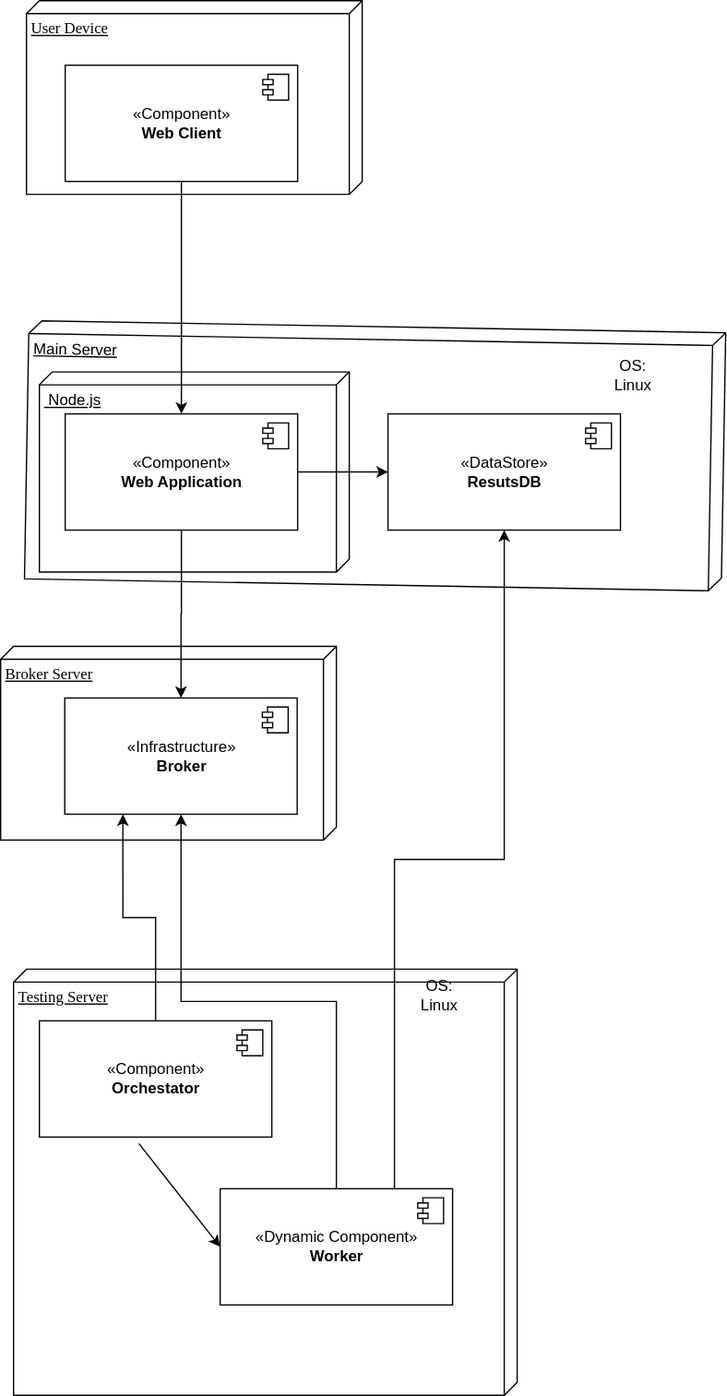
Before: src/common/images/Architecture/Diagrama de Despliege.svg, a diagram exported from draw.io (jssosa10/miso4208). Source tidied: cells renumbered, new cells last; positions are measured from the earlier drawing's top-left corner, leaving out a move shared by most shapes.
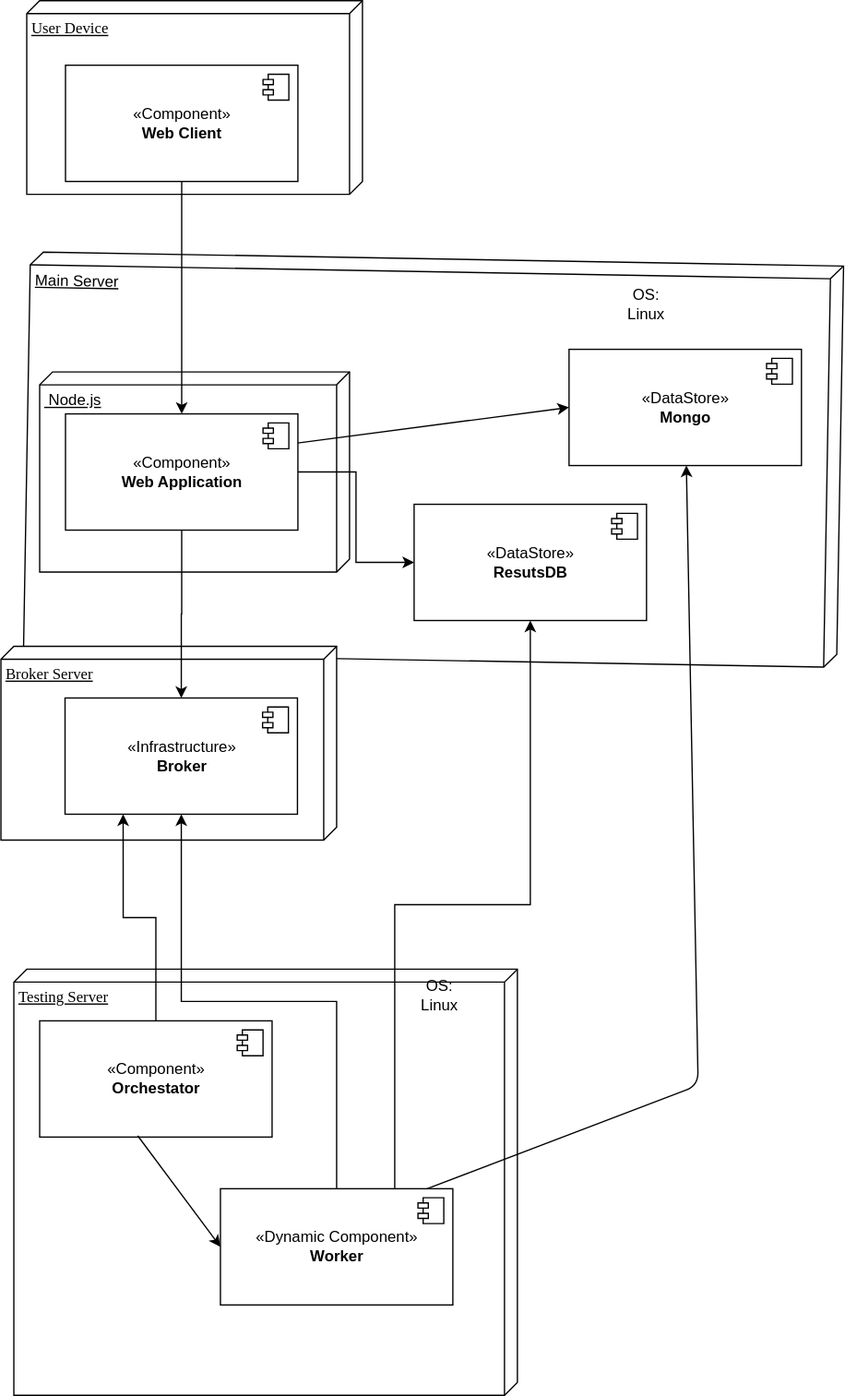
After the change.

The edit, as a diff of the source:
```diff
@@ -3,7 +3,7 @@
     <mxCell id="0" />
     <mxCell id="1" parent="0" />
     <mxCell id="2" value="Main Server" style="verticalAlign=top;align=left;spacingTop=8;spacingLeft=2;spacingRight=12;shape=cube;size=10;direction=south;fontStyle=4;html=1;rotation=1;" parent="1" vertex="1">
-      <mxGeometry x="20.2" y="252.4" width="539.6" height="200" as="geometry" />
+      <mxGeometry x="20.1" y="200" width="629.8" height="310.8" as="geometry" />
     </mxCell>
     <mxCell id="3" value="&amp;nbsp;Node.js" style="verticalAlign=top;align=left;spacingTop=8;spacingLeft=2;spacingRight=12;shape=cube;size=10;direction=south;fontStyle=4;html=1;" parent="1" vertex="1">
       <mxGeometry x="30" y="287.5" width="240" height="155" as="geometry" />
@@ -67,7 +67,7 @@
       </mxGeometry>
     </mxCell>
     <mxCell id="20" value="«DataStore»&lt;br&gt;&lt;b&gt;ResutsDB&lt;/b&gt;" style="html=1;" parent="1" vertex="1">
-      <mxGeometry x="300" y="320" width="180" height="90" as="geometry" />
+      <mxGeometry x="320" y="390" width="180" height="90" as="geometry" />
     </mxCell>
     <mxCell id="21" style="shape=component;jettyWidth=8;jettyHeight=4;" parent="20" vertex="1">
       <mxGeometry x="1" width="20" height="20" relative="1" as="geometry">
@@ -83,14 +83,32 @@
     <mxCell id="24" style="edgeStyle=orthogonalEdgeStyle;rounded=0;jettySize=auto;html=1;exitX=0.5;exitY=1;exitDx=0;exitDy=0;" parent="1" edge="1" source="5" target="7">
       <mxGeometry relative="1" as="geometry" />
     </mxCell>
-    <mxCell id="25" style="endArrow=classic;html=1;exitX=0.428;exitY=1.056;exitDx=0;exitDy=0;exitPerimeter=0;entryX=0;entryY=0.5;entryDx=0;entryDy=0;" parent="1" edge="1" source="14" target="18">
+    <mxCell id="25" style="endArrow=classic;html=1;exitX=0.422;exitY=0.989;exitDx=0;exitDy=0;exitPerimeter=0;entryX=0;entryY=0.5;entryDx=0;entryDy=0;" parent="1" edge="1" source="14" target="18">
       <mxGeometry relative="1" as="geometry" />
     </mxCell>
     <mxCell id="26" value="OS: Linux" style="text;html=1;strokeColor=none;fillColor=none;align=center;verticalAlign=middle;whiteSpace=wrap;rounded=0;" parent="1" vertex="1">
-      <mxGeometry x="470" y="280" width="40" height="20" as="geometry" />
+      <mxGeometry x="480" y="200" width="40" height="70" as="geometry" />
     </mxCell>
     <mxCell id="27" value="OS: Linux" style="text;html=1;strokeColor=none;fillColor=none;align=center;verticalAlign=middle;whiteSpace=wrap;rounded=0;" parent="1" vertex="1">
       <mxGeometry x="320" y="760" width="40" height="20" as="geometry" />
     </mxCell>
+    <mxCell id="28" value="«DataStore»&lt;br&gt;&lt;b&gt;Mongo&lt;/b&gt;" style="html=1;" parent="1" vertex="1">
+      <mxGeometry x="440" y="270" width="180" height="90" as="geometry" />
+    </mxCell>
+    <mxCell id="29" style="shape=component;jettyWidth=8;jettyHeight=4;" parent="28" vertex="1">
+      <mxGeometry x="1" width="20" height="20" relative="1" as="geometry">
+        <mxPoint x="-27" y="7" as="offset" />
+      </mxGeometry>
+    </mxCell>
+    <mxCell id="30" style="endArrow=classic;html=1;exitX=0.889;exitY=0;exitDx=0;exitDy=0;exitPerimeter=0;" parent="1" edge="1" source="18" target="28">
+      <mxGeometry relative="1" as="geometry">
+        <Array as="points">
+          <mxPoint x="540" y="840" />
+        </Array>
+      </mxGeometry>
+    </mxCell>
+    <mxCell id="31" style="endArrow=classic;html=1;exitX=1;exitY=0.25;exitDx=0;exitDy=0;entryX=0;entryY=0.5;entryDx=0;entryDy=0;" parent="1" edge="1" source="7" target="28">
+      <mxGeometry relative="1" as="geometry" />
+    </mxCell>
   </root>
 </mxGraphModel>
```
